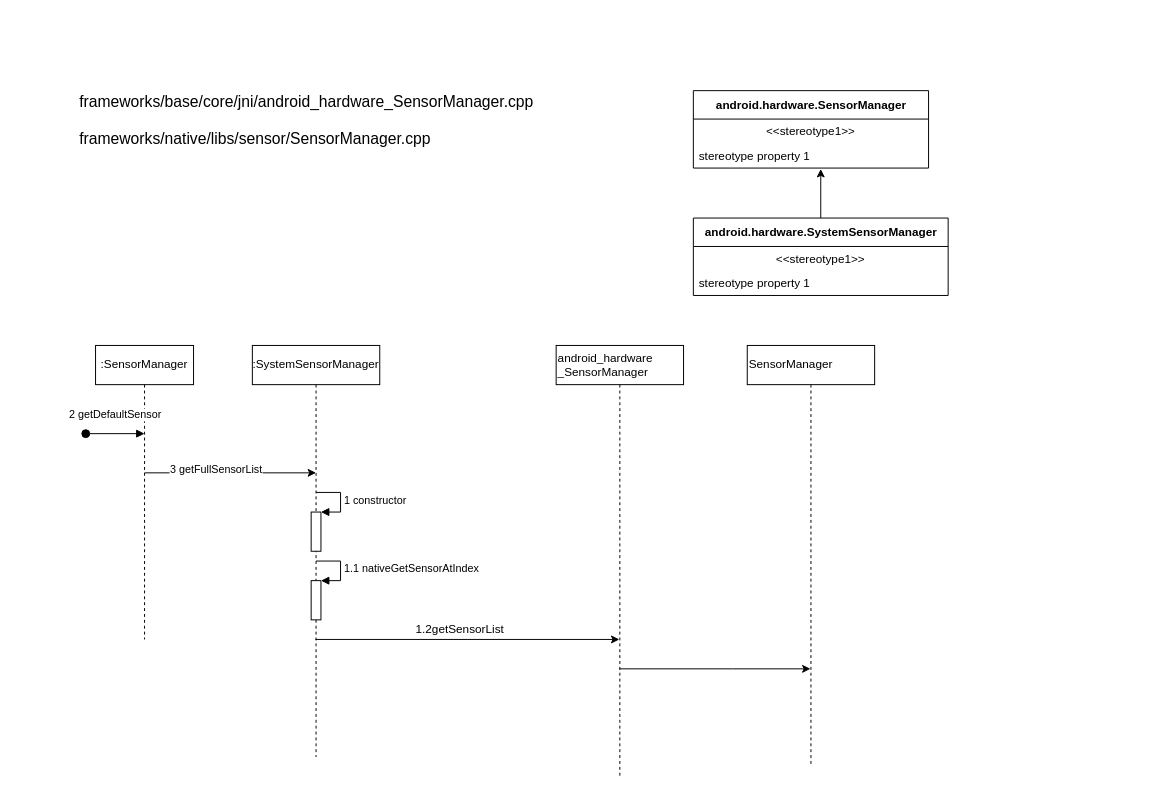
LBACK1912/chart keeps this draw.io diagram as page "SystemServies" (11 of 11) of AF review.drawio. Above is the earlier version. Source tidied: cells renumbered, new cells numbered last; positions are measured from the earlier drawing's top-left corner, leaving out a move shared by most shapes. Both pictures are drawn from the tidied source at 98%, with x=0, y=0 at pixel (56, 90).
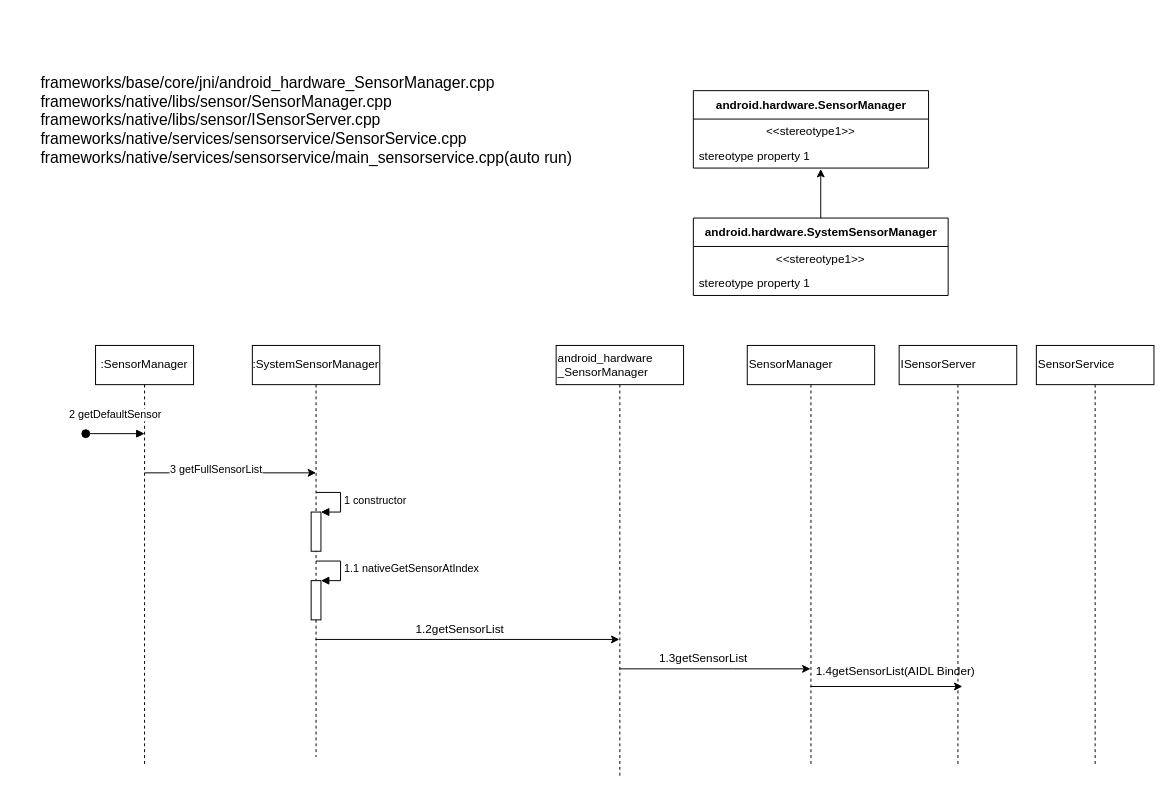
The same diagram, later.

Change to the diagram source:
```diff
@@
     <mxCell id="4" value=":SensorManager" style="shape=umlLifeline;perimeter=lifelinePerimeter;whiteSpace=wrap;html=1;" parent="1" vertex="1">
-      <mxGeometry x="40" y="260" width="100" height="300" as="geometry" />
+      <mxGeometry x="40" y="260" width="100" height="430" as="geometry" />
     </mxCell>
@@
-    <mxCell id="19" value="&lt;div style=&quot;font-size: 16px&quot;&gt;&lt;font style=&quot;font-size: 16px&quot;&gt;frameworks/base/core/jni/android_hardware_SensorManager.cpp&lt;/font&gt;&lt;/div&gt;&lt;div style=&quot;font-size: 16px&quot;&gt;&lt;font style=&quot;font-size: 16px&quot;&gt;&lt;br&gt;&lt;/font&gt;&lt;/div&gt;&lt;div style=&quot;font-size: 16px&quot; align=&quot;left&quot;&gt;&lt;font style=&quot;font-size: 16px&quot;&gt;frameworks/native/libs/sensor/SensorManager.cpp &lt;br&gt;&lt;/font&gt;&lt;/div&gt;" style="text;html=1;align=center;verticalAlign=middle;" parent="1" vertex="1">
-      <mxGeometry y="5" width="510" height="50" as="geometry" />
+    <mxCell id="19" value="&lt;div style=&quot;font-size: 16px&quot;&gt;&lt;font style=&quot;font-size: 16px&quot;&gt;&lt;br&gt;&lt;/font&gt;&lt;/div&gt;&lt;div style=&quot;font-size: 16px&quot; align=&quot;left&quot;&gt;&lt;font style=&quot;font-size: 16px&quot;&gt;&lt;br&gt;&lt;/font&gt;&lt;/div&gt;&lt;div style=&quot;font-size: 16px&quot; align=&quot;left&quot;&gt;&lt;br&gt;&lt;font style=&quot;font-size: 16px&quot;&gt;&lt;font style=&quot;font-size: 16px&quot;&gt;frameworks/base/core/jni/android_hardware_SensorManager.cpp&lt;/font&gt;&lt;/font&gt;&lt;/div&gt;&lt;div style=&quot;font-size: 16px&quot; align=&quot;left&quot;&gt;&lt;font style=&quot;font-size: 16px&quot;&gt;frameworks/native/libs/sensor/SensorManager.cpp &lt;br&gt;&lt;/font&gt;&lt;/div&gt;&lt;div style=&quot;font-size: 16px&quot; align=&quot;left&quot;&gt;&lt;font style=&quot;font-size: 16px&quot;&gt;frameworks/native/libs/sensor/ISensorServer.cpp&lt;br&gt;&lt;/font&gt;&lt;/div&gt;&lt;div style=&quot;font-size: 16px&quot; align=&quot;left&quot;&gt;&lt;font style=&quot;font-size: 16px&quot;&gt;frameworks/native/services/sensorservice/SensorService.cpp&lt;br&gt;&lt;/font&gt;&lt;/div&gt;&lt;div style=&quot;font-size: 16px&quot; align=&quot;left&quot;&gt;&lt;font style=&quot;font-size: 16px&quot;&gt;frameworks/native/services/sensorservice/main_sensorservice.cpp(auto run)&lt;/font&gt;&lt;/div&gt;&lt;div style=&quot;font-size: 16px&quot; align=&quot;left&quot;&gt;&lt;font style=&quot;font-size: 16px&quot;&gt;&lt;br&gt;&lt;/font&gt;&lt;/div&gt;&lt;div style=&quot;font-size: 16px&quot; align=&quot;left&quot;&gt;&lt;br&gt;&lt;br&gt;&lt;/div&gt;" style="text;html=1;align=center;verticalAlign=middle;" parent="1" vertex="1">
+      <mxGeometry x="-40" y="-50" width="590" height="160" as="geometry" />
     </mxCell>
@@
+    <mxCell id="24" style="edgeStyle=orthogonalEdgeStyle;rounded=0;orthogonalLoop=1;jettySize=auto;html=1;" parent="1" edge="1">
+      <mxGeometry relative="1" as="geometry">
+        <mxPoint x="769.5" y="608" as="sourcePoint" />
+        <mxPoint x="924.5" y="608" as="targetPoint" />
+      </mxGeometry>
+    </mxCell>
@@
+    <mxCell id="25" value="1.3getSensorList" style="text;html=1;align=center;verticalAlign=middle;" parent="1" vertex="1">
+      <mxGeometry x="605" y="570" width="110" height="20" as="geometry" />
+    </mxCell>
+    <mxCell id="26" value="&lt;font style=&quot;font-size: 12px&quot;&gt;ISensorServer&lt;/font&gt;" style="shape=umlLifeline;perimeter=lifelinePerimeter;whiteSpace=wrap;html=1;align=left;" parent="1" vertex="1">
+      <mxGeometry x="860" y="260" width="120" height="430" as="geometry" />
+    </mxCell>
+    <mxCell id="27" value="1.4getSensorList(AIDL Binder)" style="text;html=1;align=center;verticalAlign=middle;" parent="1" vertex="1">
+      <mxGeometry x="766" y="583" width="180" height="20" as="geometry" />
+    </mxCell>
+    <mxCell id="28" value="&lt;font style=&quot;font-size: 12px&quot;&gt;SensorService&lt;/font&gt;" style="shape=umlLifeline;perimeter=lifelinePerimeter;whiteSpace=wrap;html=1;align=left;" parent="1" vertex="1">
+      <mxGeometry x="1000" y="260" width="120" height="430" as="geometry" />
+    </mxCell>
```
